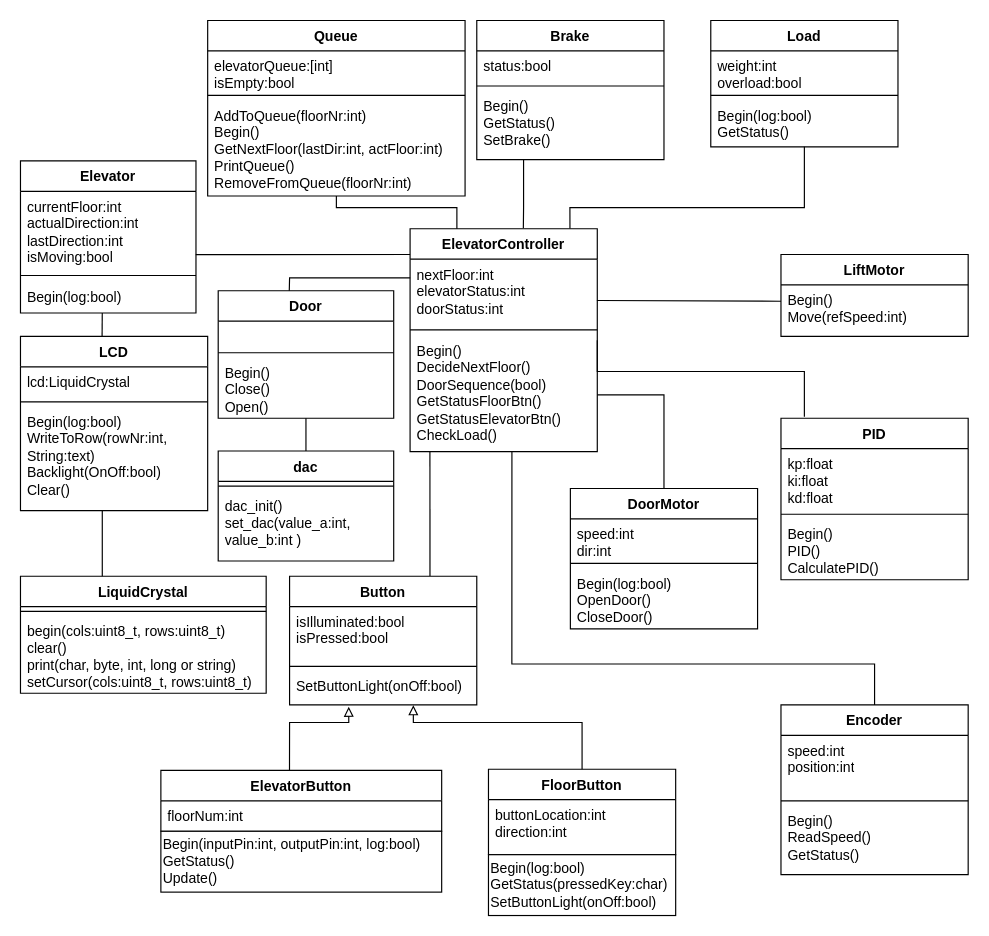
Above: Documents/UMLDiagramElevator.drawio in johannesKringlen/MAS246_Project (draw.io), before the change. Source tidied: cells renumbered, new cells numbered last; positions are measured from the earlier drawing's top-left corner, leaving out a move shared by most shapes. Both pictures are drawn from the tidied source at 117%, with x=0, y=0 at pixel (20, 20).
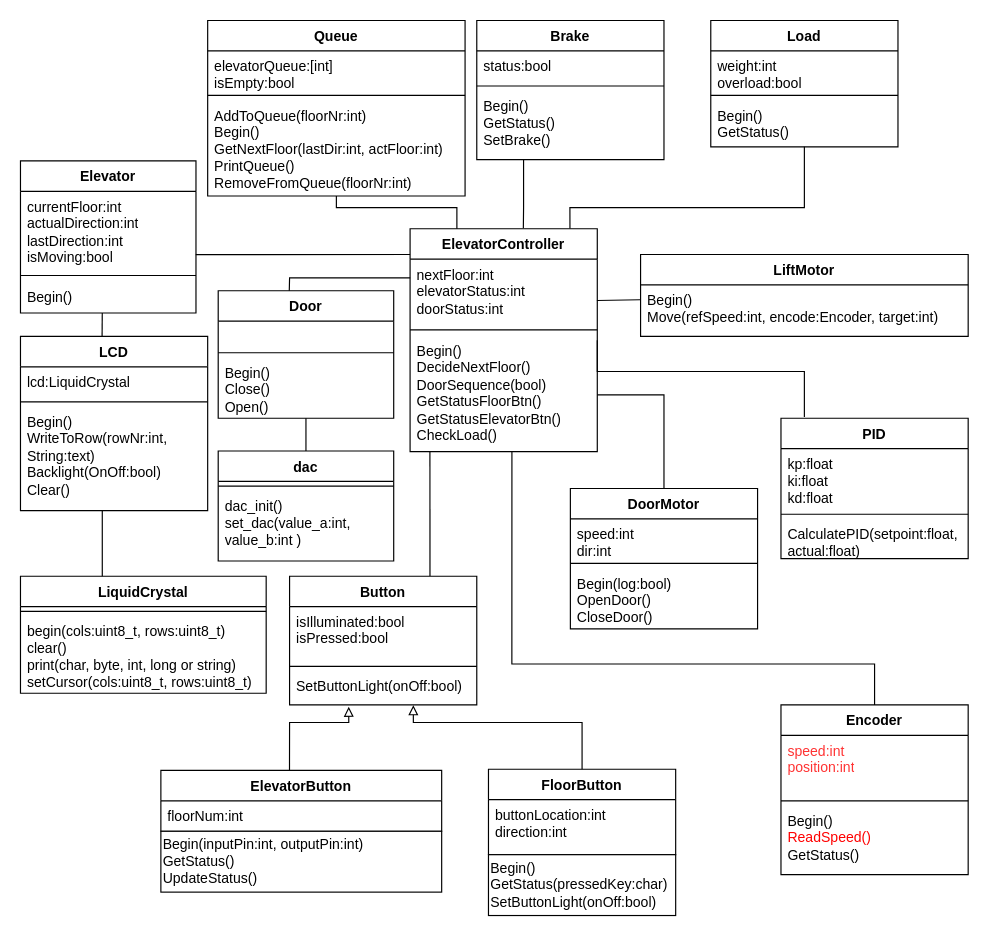
Above is the later version.

Unchanged cells that the change refers to:
```xml
<mxCell id="4" value="nextFloor:int&lt;div&gt;elevatorStatus:int&lt;/div&gt;&lt;div&gt;doorStatus:int&lt;/div&gt;" style="text;strokeColor=none;fillColor=none;align=left;verticalAlign=top;spacingLeft=4;spacingRight=4;overflow=hidden;points=[[0,0.5],[1,0.5]];portConstraint=eastwest;whiteSpace=wrap;html=1;" parent="3" vertex="1">
  <mxGeometry y="26" width="160" height="56.5" as="geometry" />
</mxCell>
<mxCell id="40" value="Encoder" style="swimlane;fontStyle=1;align=center;verticalAlign=top;horizontal=1;startSize=26;whiteSpace=wrap;html=1;" parent="1" vertex="1">
  <mxGeometry x="650" y="585" width="160" height="145" as="geometry" />
</mxCell>
<mxCell id="44" value="Elevator" style="swimlane;fontStyle=1;align=center;verticalAlign=top;horizontal=1;startSize=26;whiteSpace=wrap;html=1;" parent="1" vertex="1">
  <mxGeometry y="120" width="150" height="130" as="geometry" />
</mxCell>
<mxCell id="55" value="Load" style="swimlane;fontStyle=1;align=center;verticalAlign=top;horizontal=1;startSize=26;whiteSpace=wrap;html=1;" parent="1" vertex="1">
  <mxGeometry x="590" width="160" height="108" as="geometry" />
</mxCell>
<mxCell id="62" value="LCD" style="swimlane;fontStyle=1;align=center;verticalAlign=top;horizontal=1;startSize=26;whiteSpace=wrap;html=1;" parent="1" vertex="1">
  <mxGeometry y="270" width="160" height="149" as="geometry" />
</mxCell>
```

What changed in the source:
```diff
@@
     <mxCell id="22" value="LiftMotor" style="swimlane;fontStyle=1;align=center;verticalAlign=top;horizontal=1;startSize=26;whiteSpace=wrap;html=1;" parent="1" vertex="1">
-      <mxGeometry x="650" y="200" width="160" height="70" as="geometry" />
+      <mxGeometry x="530" y="200" width="280" height="70" as="geometry" />
     </mxCell>
-    <mxCell id="23" value="&lt;div&gt;Begin()&lt;/div&gt;Move(refSpeed:int)" style="text;strokeColor=none;fillColor=none;align=left;verticalAlign=top;spacingLeft=4;spacingRight=4;overflow=hidden;points=[[0,0.5],[1,0.5]];portConstraint=eastwest;whiteSpace=wrap;html=1;" parent="22" vertex="1">
-      <mxGeometry y="26" width="160" height="44" as="geometry" />
+    <mxCell id="23" value="&lt;div&gt;Begin()&lt;/div&gt;Move(refSpeed:int, encode:Encoder, target:int)" style="text;strokeColor=none;fillColor=none;align=left;verticalAlign=top;spacingLeft=4;spacingRight=4;overflow=hidden;points=[[0,0.5],[1,0.5]];portConstraint=eastwest;whiteSpace=wrap;html=1;" parent="22" vertex="1">
+      <mxGeometry y="26" width="280" height="44" as="geometry" />
     </mxCell>
-    <mxCell id="24" style="edgeStyle=none;rounded=0;jettySize=auto;html=1;entryX=0.998;entryY=0.626;entryDx=0;entryDy=0;endArrow=none;endFill=0;entryPerimeter=0;" parent="1" edge="1" target="4">
-      <mxGeometry relative="1" as="geometry">
-        <mxPoint x="650" y="240" as="sourcePoint" />
-      </mxGeometry>
+    <mxCell id="24" style="edgeStyle=none;rounded=0;jettySize=auto;html=1;entryX=0.998;entryY=0.626;entryDx=0;entryDy=0;endArrow=none;endFill=0;entryPerimeter=0;exitX=-0.001;exitY=0.288;exitDx=0;exitDy=0;exitPerimeter=0;" parent="1" edge="1" source="23" target="4">
+      <mxGeometry relative="1" as="geometry" />
     </mxCell>
@@
     <mxCell id="36" value="PID" style="swimlane;fontStyle=1;align=center;verticalAlign=top;horizontal=1;startSize=26;whiteSpace=wrap;html=1;" parent="1" vertex="1">
-      <mxGeometry x="650" y="340" width="160" height="138" as="geometry" />
+      <mxGeometry x="650" y="340" width="160" height="120" as="geometry" />
     </mxCell>
@@
-    <mxCell id="39" value="&lt;div&gt;Begin()&lt;/div&gt;PID()&lt;div&gt;CalculatePID()&lt;/div&gt;" style="text;strokeColor=none;fillColor=none;align=left;verticalAlign=top;spacingLeft=4;spacingRight=4;overflow=hidden;whiteSpace=wrap;html=1;" parent="36" vertex="1">
-      <mxGeometry y="86" width="160" height="52" as="geometry" />
+    <mxCell id="39" value="&lt;div&gt;&lt;span style=&quot;background-color: transparent; color: light-dark(#000000, var(--ge-light-color, #ffffff));&quot;&gt;CalculatePID(setpoint:float, actual:float)&lt;/span&gt;&lt;/div&gt;" style="text;strokeColor=none;fillColor=none;align=left;verticalAlign=top;spacingLeft=4;spacingRight=4;overflow=hidden;whiteSpace=wrap;html=1;" parent="36" vertex="1">
+      <mxGeometry y="86" width="160" height="34" as="geometry" />
     </mxCell>
@@
-    <mxCell id="41" value="speed:int&lt;div&gt;position:int&lt;/div&gt;" style="text;strokeColor=none;fillColor=none;align=left;verticalAlign=top;spacingLeft=4;spacingRight=4;overflow=hidden;whiteSpace=wrap;html=1;" parent="40" vertex="1">
+    <mxCell id="41" value="&lt;span style=&quot;color: rgb(255, 51, 51);&quot;&gt;speed:int&lt;/span&gt;&lt;div&gt;&lt;span style=&quot;color: rgb(255, 51, 51);&quot;&gt;position:int&lt;/span&gt;&lt;/div&gt;" style="text;align=left;verticalAlign=top;spacingLeft=4;spacingRight=4;overflow=hidden;whiteSpace=wrap;html=1;" parent="40" vertex="1">
       <mxGeometry y="26" width="160" height="52" as="geometry" />
     </mxCell>
@@
-    <mxCell id="43" value="Begin()&lt;div&gt;&lt;div&gt;&lt;div&gt;&lt;span style=&quot;background-color: transparent; color: light-dark(rgb(0, 0, 0), rgb(255, 255, 255));&quot;&gt;ReadSpeed()&lt;/span&gt;&lt;/div&gt;&lt;div&gt;GetStatus()&lt;/div&gt;&lt;/div&gt;&lt;/div&gt;" style="text;strokeColor=none;fillColor=none;align=left;verticalAlign=top;spacingLeft=4;spacingRight=4;overflow=hidden;whiteSpace=wrap;html=1;" parent="40" vertex="1">
+    <mxCell id="43" value="Begin()&lt;div&gt;&lt;div&gt;&lt;div&gt;&lt;span style=&quot;background-color: transparent; color: light-dark(rgb(255, 0, 0), rgb(255, 255, 255));&quot;&gt;ReadSpeed()&lt;/span&gt;&lt;/div&gt;&lt;div&gt;GetStatus()&lt;/div&gt;&lt;/div&gt;&lt;/div&gt;" style="text;strokeColor=none;fillColor=none;align=left;verticalAlign=top;spacingLeft=4;spacingRight=4;overflow=hidden;whiteSpace=wrap;html=1;" parent="40" vertex="1">
       <mxGeometry y="86" width="160" height="59" as="geometry" />
     </mxCell>
@@
-    <mxCell id="47" value="Begin(log:bool)" style="text;strokeColor=none;fillColor=none;align=left;verticalAlign=top;spacingLeft=4;spacingRight=4;overflow=hidden;points=[[0,0.5],[1,0.5]];portConstraint=eastwest;whiteSpace=wrap;html=1;" parent="44" vertex="1">
+    <mxCell id="47" value="Begin()" style="text;strokeColor=none;fillColor=none;align=left;verticalAlign=top;spacingLeft=4;spacingRight=4;overflow=hidden;points=[[0,0.5],[1,0.5]];portConstraint=eastwest;whiteSpace=wrap;html=1;" parent="44" vertex="1">
       <mxGeometry y="102.5" width="150" height="27.5" as="geometry" />
     </mxCell>
@@
-    <mxCell id="53" value="Begin(inputPin:int, outputPin:int, log:bool)&lt;div&gt;GetStatus()&lt;/div&gt;&lt;div&gt;Update()&lt;/div&gt;" style="rounded=0;whiteSpace=wrap;html=1;align=left;" parent="1" vertex="1">
+    <mxCell id="53" value="Begin(inputPin:int, outputPin:int)&lt;div&gt;GetStatus()&lt;/div&gt;&lt;div&gt;UpdateStatus()&lt;/div&gt;" style="rounded=0;whiteSpace=wrap;html=1;align=left;" parent="1" vertex="1">
       <mxGeometry x="120" y="693" width="240" height="52" as="geometry" />
     </mxCell>
-    <mxCell id="54" value="Begin(log:bool)&lt;div&gt;GetStatus(pressedKey:char)&lt;/div&gt;&lt;div&gt;SetButtonLight(onOff:bool)&lt;/div&gt;" style="rounded=0;whiteSpace=wrap;html=1;align=left;" parent="1" vertex="1">
+    <mxCell id="54" value="Begin()&lt;div&gt;GetStatus(pressedKey:char)&lt;/div&gt;&lt;div&gt;SetButtonLight(onOff:bool)&lt;/div&gt;" style="rounded=0;whiteSpace=wrap;html=1;align=left;" parent="1" vertex="1">
       <mxGeometry x="400" y="713" width="160" height="52" as="geometry" />
     </mxCell>
@@
-    <mxCell id="58" value="&lt;div&gt;Begin(log:bool)&lt;/div&gt;GetStatus()" style="text;strokeColor=none;fillColor=none;align=left;verticalAlign=top;spacingLeft=4;spacingRight=4;overflow=hidden;whiteSpace=wrap;html=1;" parent="55" vertex="1">
+    <mxCell id="58" value="&lt;div&gt;Begin()&lt;/div&gt;GetStatus()" style="text;strokeColor=none;fillColor=none;align=left;verticalAlign=top;spacingLeft=4;spacingRight=4;overflow=hidden;whiteSpace=wrap;html=1;" parent="55" vertex="1">
       <mxGeometry y="68" width="160" height="40" as="geometry" />
     </mxCell>
@@
-    <mxCell id="65" value="Begin(log:bool)&lt;div&gt;WriteToRow(rowNr:int, String:text)&lt;/div&gt;&lt;div&gt;Backlight(OnOff:bool)&lt;/div&gt;&lt;div&gt;Clear()&lt;/div&gt;" style="text;strokeColor=none;fillColor=none;align=left;verticalAlign=top;spacingLeft=4;spacingRight=4;overflow=hidden;points=[[0,0.5],[1,0.5]];portConstraint=eastwest;whiteSpace=wrap;html=1;" parent="62" vertex="1">
+    <mxCell id="65" value="Begin()&lt;div&gt;WriteToRow(rowNr:int, String:text)&lt;/div&gt;&lt;div&gt;Backlight(OnOff:bool)&lt;/div&gt;&lt;div&gt;Clear()&lt;/div&gt;" style="text;strokeColor=none;fillColor=none;align=left;verticalAlign=top;spacingLeft=4;spacingRight=4;overflow=hidden;points=[[0,0.5],[1,0.5]];portConstraint=eastwest;whiteSpace=wrap;html=1;" parent="62" vertex="1">
       <mxGeometry y="60" width="160" height="89" as="geometry" />
     </mxCell>
```
